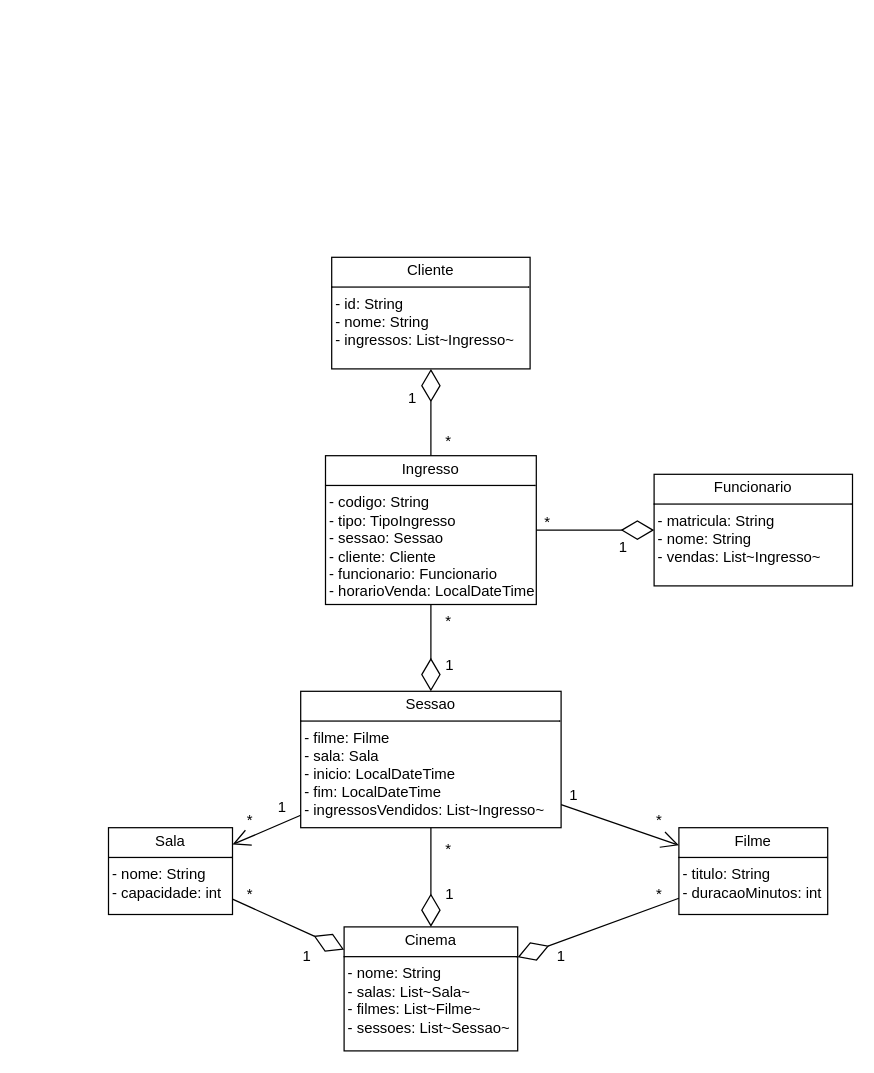
Before: src/Cinema.drawio in HugoParzival007/Cinema, a draw.io diagram. Source tidied: cells renumbered, new cells numbered last; positions are measured from the earlier drawing's top-left corner, leaving out a move shared by most shapes. Both pictures are drawn from the tidied source at 124%, with x=0, y=0 at pixel (108, 257).
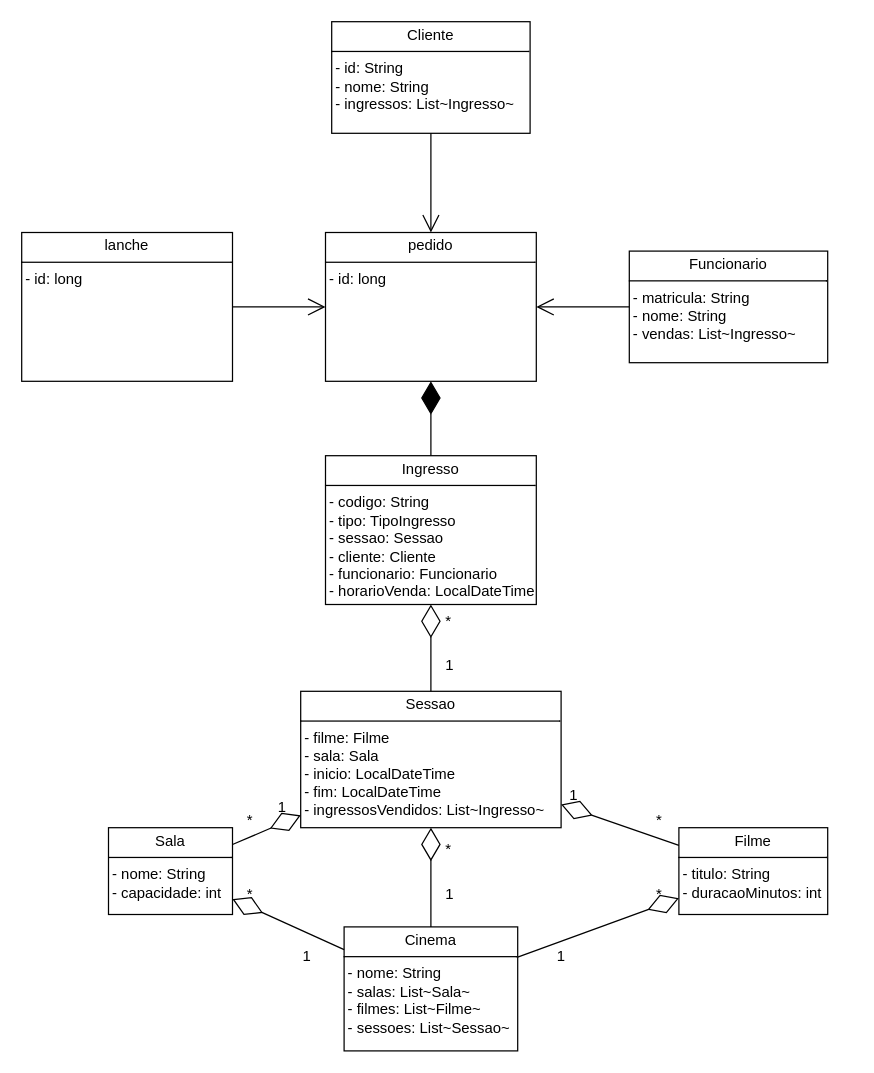
Above is the later version.

Unchanged cells that the change refers to:
```xml
<mxCell id="3" value="&lt;p style=&quot;margin:0px;margin-top:4px;text-align:center;&quot;&gt;Filme&lt;/p&gt;&lt;hr size=&quot;1&quot; style=&quot;border-style:solid;&quot;&gt;&lt;div class=&quot;cm-line&quot;&gt;&amp;nbsp;- titulo: String&lt;/div&gt;&lt;div class=&quot;cm-line&quot;&gt;&amp;nbsp;- duracaoMinutos: int&lt;/div&gt;&lt;div class=&quot;cm-line&quot;&gt;&lt;br&gt;&lt;/div&gt;" style="verticalAlign=top;align=left;overflow=fill;html=1;whiteSpace=wrap;" parent="1" vertex="1">
  <mxGeometry x="460" y="460" width="120" height="70" as="geometry" />
</mxCell>
<mxCell id="4" value="&lt;p style=&quot;margin:0px;margin-top:4px;text-align:center;&quot;&gt;Sala&lt;/p&gt;&lt;hr size=&quot;1&quot; style=&quot;border-style:solid;&quot;&gt;&lt;div class=&quot;cm-line&quot;&gt;&amp;nbsp;- nome: String&lt;/div&gt;&lt;div class=&quot;cm-line&quot;&gt;&amp;nbsp;- capacidade: int&lt;/div&gt;" style="verticalAlign=top;align=left;overflow=fill;html=1;whiteSpace=wrap;" parent="1" vertex="1">
  <mxGeometry y="460" width="100" height="70" as="geometry" />
</mxCell>
<mxCell id="5" value="&lt;p style=&quot;margin:0px;margin-top:4px;text-align:center;&quot;&gt;Sessao&lt;/p&gt;&lt;hr size=&quot;1&quot; style=&quot;border-style:solid;&quot;&gt;&lt;div class=&quot;cm-line&quot;&gt;&amp;nbsp;- filme: Filme&lt;/div&gt;&lt;div class=&quot;cm-line&quot;&gt;&amp;nbsp;- sala: Sala&lt;/div&gt;&lt;div class=&quot;cm-line&quot;&gt;&amp;nbsp;- inicio: LocalDateTime&lt;/div&gt;&lt;div class=&quot;cm-line&quot;&gt;&amp;nbsp;- fim: LocalDateTime&lt;/div&gt;&lt;div class=&quot;cm-line&quot;&gt;&amp;nbsp;- ingressosVendidos: List~Ingresso~&lt;/div&gt;" style="verticalAlign=top;align=left;overflow=fill;html=1;whiteSpace=wrap;" parent="1" vertex="1">
  <mxGeometry x="155" y="350" width="210" height="110" as="geometry" />
</mxCell>
<mxCell id="6" value="&lt;p style=&quot;margin:0px;margin-top:4px;text-align:center;&quot;&gt;Ingresso&lt;/p&gt;&lt;hr size=&quot;1&quot; style=&quot;border-style:solid;&quot;&gt;&lt;div class=&quot;cm-line&quot;&gt;&amp;nbsp;- codigo: String&lt;/div&gt;&lt;div class=&quot;cm-line&quot;&gt;&amp;nbsp;- tipo: TipoIngresso&lt;/div&gt;&lt;div class=&quot;cm-line&quot;&gt;&amp;nbsp;- sessao: Sessao&lt;/div&gt;&lt;div class=&quot;cm-line&quot;&gt;&amp;nbsp;- cliente: Cliente&lt;/div&gt;&lt;div class=&quot;cm-line&quot;&gt;&amp;nbsp;- funcionario: Funcionario&lt;/div&gt;&lt;div class=&quot;cm-line&quot;&gt;&amp;nbsp;- horarioVenda: LocalDateTime&lt;/div&gt;" style="verticalAlign=top;align=left;overflow=fill;html=1;whiteSpace=wrap;" parent="1" vertex="1">
  <mxGeometry x="175" y="160" width="170" height="120" as="geometry" />
</mxCell>
<mxCell id="8" value="&lt;p style=&quot;margin:0px;margin-top:4px;text-align:center;&quot;&gt;Cinema&lt;/p&gt;&lt;hr size=&quot;1&quot; style=&quot;border-style:solid;&quot;&gt;&lt;div class=&quot;cm-line&quot;&gt;&amp;nbsp;- nome: String&lt;/div&gt;&lt;div class=&quot;cm-line&quot;&gt;&amp;nbsp;- salas: List~Sala~&lt;/div&gt;&lt;div class=&quot;cm-line&quot;&gt;&amp;nbsp;- filmes: List~Filme~&lt;/div&gt;&lt;div class=&quot;cm-line&quot;&gt;&amp;nbsp;- sessoes: List~Sessao~&lt;/div&gt;" style="verticalAlign=top;align=left;overflow=fill;html=1;whiteSpace=wrap;" parent="1" vertex="1">
  <mxGeometry x="190" y="540" width="140" height="100" as="geometry" />
</mxCell>
```

The edit, as a diff of the source:
```diff
@@
     <mxCell id="2" value="&lt;p style=&quot;margin:0px;margin-top:4px;text-align:center;&quot;&gt;Cliente&lt;/p&gt;&lt;hr size=&quot;1&quot; style=&quot;border-style:solid;&quot;&gt;&lt;div class=&quot;cm-line&quot;&gt;&amp;nbsp;- id: String&lt;/div&gt;&lt;div class=&quot;cm-line&quot;&gt;&amp;nbsp;- nome: String&lt;/div&gt;&lt;div class=&quot;cm-line&quot;&gt;&amp;nbsp;- ingressos: List~Ingresso~&lt;/div&gt;" style="verticalAlign=top;align=left;overflow=fill;html=1;whiteSpace=wrap;" parent="1" vertex="1">
-      <mxGeometry x="180" width="160" height="90" as="geometry" />
+      <mxGeometry x="180" y="-190" width="160" height="90" as="geometry" />
     </mxCell>
@@
     <mxCell id="7" value="&lt;p style=&quot;margin:0px;margin-top:4px;text-align:center;&quot;&gt;Funcionario&lt;/p&gt;&lt;hr size=&quot;1&quot; style=&quot;border-style:solid;&quot;&gt;&lt;div class=&quot;cm-line&quot;&gt;&amp;nbsp;- matricula: String&lt;/div&gt;&lt;div class=&quot;cm-line&quot;&gt;&amp;nbsp;- nome: String&lt;/div&gt;&lt;div class=&quot;cm-line&quot;&gt;&amp;nbsp;- vendas: List~Ingresso~&lt;/div&gt;" style="verticalAlign=top;align=left;overflow=fill;html=1;whiteSpace=wrap;" parent="1" vertex="1">
-      <mxGeometry x="440" y="175" width="160" height="90" as="geometry" />
+      <mxGeometry x="420" y="-5" width="160" height="90" as="geometry" />
     </mxCell>
@@
-    <mxCell id="9" style="endArrow=diamondThin;endFill=0;endSize=24;html=1;rounded=0;" parent="1" edge="1" source="4" target="8">
+    <mxCell id="9" style="endArrow=diamondThin;endFill=0;endSize=24;html=1;rounded=0;" parent="1" edge="1" source="8" target="4">
       <mxGeometry relative="1" as="geometry" />
     </mxCell>
-    <mxCell id="10" style="endArrow=diamondThin;endFill=0;endSize=24;html=1;rounded=0;" parent="1" edge="1" source="3" target="8">
+    <mxCell id="10" style="endArrow=diamondThin;endFill=0;endSize=24;html=1;rounded=0;" parent="1" edge="1" source="8" target="3">
       <mxGeometry relative="1" as="geometry" />
     </mxCell>
-    <mxCell id="11" style="endArrow=diamondThin;endFill=0;endSize=24;html=1;rounded=0;" parent="1" edge="1" source="5" target="8">
+    <mxCell id="11" style="endArrow=diamondThin;endFill=0;endSize=24;html=1;rounded=0;" parent="1" edge="1" source="8" target="5">
       <mxGeometry relative="1" as="geometry" />
     </mxCell>
-    <mxCell id="12" style="endArrow=open;endFill=1;endSize=12;html=1;rounded=0;" parent="1" edge="1" source="5" target="3">
-      <mxGeometry relative="1" as="geometry" />
-    </mxCell>
-    <mxCell id="13" style="endArrow=open;endFill=1;endSize=12;html=1;rounded=0;" parent="1" edge="1" source="5" target="4">
-      <mxGeometry relative="1" as="geometry" />
-    </mxCell>
-    <mxCell id="14" style="endArrow=diamondThin;endFill=0;endSize=24;html=1;rounded=0;entryX=0.5;entryY=0;entryDx=0;entryDy=0;exitX=0.5;exitY=1;exitDx=0;exitDy=0;" parent="1" edge="1" source="6" target="5">
+    <mxCell id="14" style="endArrow=diamondThin;endFill=0;endSize=24;html=1;rounded=0;" parent="1" edge="1" source="5" target="6">
       <mxGeometry relative="1" as="geometry" />
     </mxCell>
-    <mxCell id="15" style="endArrow=diamondThin;endFill=0;endSize=24;html=1;rounded=0;" parent="1" edge="1" source="6" target="2">
-      <mxGeometry relative="1" as="geometry" />
-    </mxCell>
-    <mxCell id="16" style="endArrow=diamondThin;endFill=0;endSize=24;html=1;rounded=0;" parent="1" edge="1" source="6" target="7">
-      <mxGeometry relative="1" as="geometry" />
-    </mxCell>
@@
-    <mxCell id="23" value="1" style="text;whiteSpace=wrap;html=1;" parent="1" vertex="1">
-      <mxGeometry x="240" y="100" width="40" height="40" as="geometry" />
-    </mxCell>
@@
-    <mxCell id="30" value="*" style="text;whiteSpace=wrap;html=1;" parent="1" vertex="1">
-      <mxGeometry x="270" y="135" width="40" height="40" as="geometry" />
-    </mxCell>
-    <mxCell id="31" value="*" style="text;whiteSpace=wrap;html=1;" parent="1" vertex="1">
-      <mxGeometry x="350" y="200" width="40" height="40" as="geometry" />
-    </mxCell>
-    <mxCell id="32" value="1" style="text;whiteSpace=wrap;html=1;" parent="1" vertex="1">
-      <mxGeometry x="410" y="220" width="40" height="40" as="geometry" />
-    </mxCell>
+    <mxCell id="33" value="&lt;p style=&quot;margin:0px;margin-top:4px;text-align:center;&quot;&gt;pedido&lt;/p&gt;&lt;hr size=&quot;1&quot; style=&quot;border-style:solid;&quot;&gt;&lt;div class=&quot;cm-line&quot;&gt;&amp;nbsp;- id: long&lt;/div&gt;" style="verticalAlign=top;align=left;overflow=fill;html=1;whiteSpace=wrap;" parent="1" vertex="1">
+      <mxGeometry x="175" y="-20" width="170" height="120" as="geometry" />
+    </mxCell>
+    <mxCell id="34" style="endArrow=diamondThin;endFill=1;endSize=24;html=1;rounded=0;" parent="1" edge="1" source="6" target="33">
+      <mxGeometry relative="1" as="geometry" />
+    </mxCell>
+    <mxCell id="35" style="endArrow=open;endFill=1;endSize=12;html=1;rounded=0;" parent="1" edge="1" source="7" target="33">
+      <mxGeometry relative="1" as="geometry" />
+    </mxCell>
+    <mxCell id="36" style="endArrow=open;endFill=1;endSize=12;html=1;rounded=0;" parent="1" edge="1" source="2" target="33">
+      <mxGeometry relative="1" as="geometry" />
+    </mxCell>
+    <mxCell id="37" value="&lt;p style=&quot;margin:0px;margin-top:4px;text-align:center;&quot;&gt;lanche&lt;/p&gt;&lt;hr size=&quot;1&quot; style=&quot;border-style:solid;&quot;&gt;&lt;div class=&quot;cm-line&quot;&gt;&amp;nbsp;- id: long&lt;/div&gt;" style="verticalAlign=top;align=left;overflow=fill;html=1;whiteSpace=wrap;" parent="1" vertex="1">
+      <mxGeometry x="-70" y="-20" width="170" height="120" as="geometry" />
+    </mxCell>
+    <mxCell id="38" style="endArrow=open;endFill=1;endSize=12;html=1;rounded=0;" parent="1" edge="1" source="37" target="33">
+      <mxGeometry relative="1" as="geometry" />
+    </mxCell>
+    <mxCell id="39" style="endArrow=diamondThin;endFill=0;endSize=24;html=1;rounded=0;" parent="1" edge="1" source="4" target="5">
+      <mxGeometry relative="1" as="geometry" />
+    </mxCell>
+    <mxCell id="40" style="endArrow=diamondThin;endFill=0;endSize=24;html=1;rounded=0;" parent="1" edge="1" source="3" target="5">
+      <mxGeometry relative="1" as="geometry" />
+    </mxCell>
```
